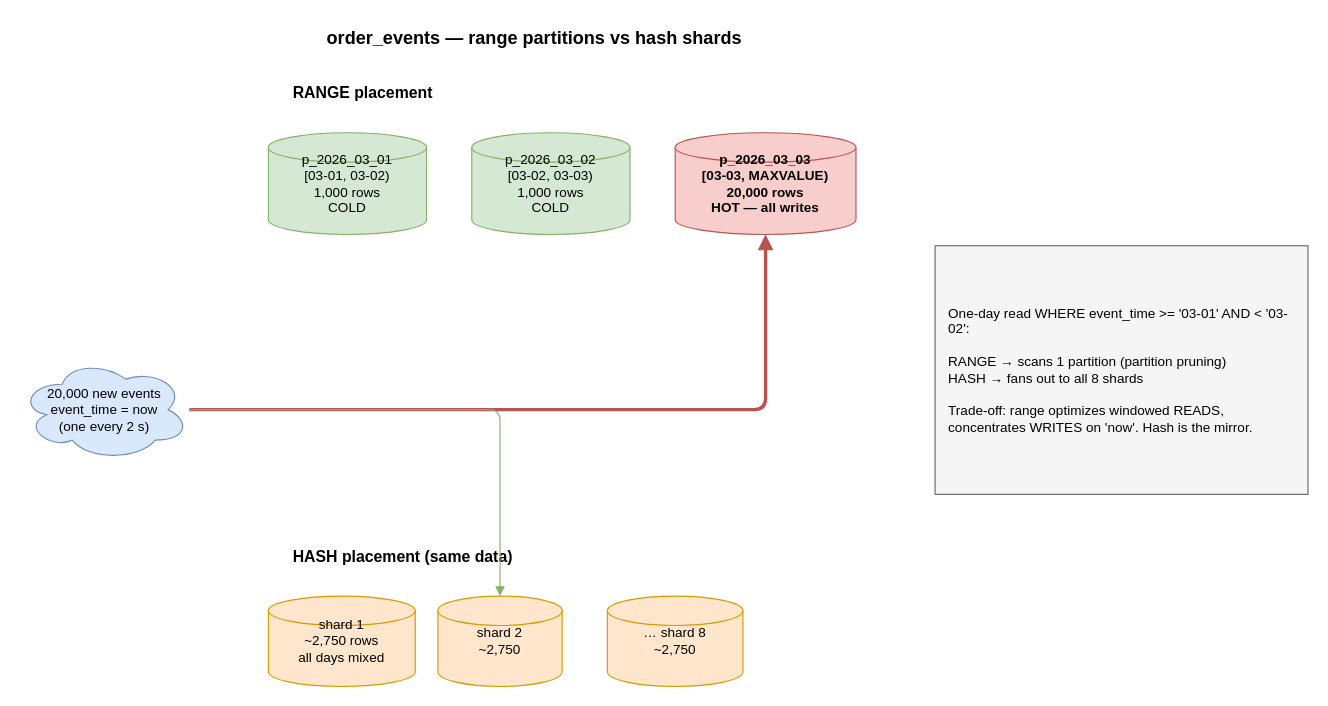
Earlier version of the draw.io diagram docs/diagrams/range-vs-hash-timeseries.drawio (nitinkc/db-sharding). Source tidied: cells renumbered, new cells numbered last; positions are measured from the earlier drawing's top-left corner, leaving out a move shared by most shapes. Both pictures are drawn from the tidied source at 113%, with x=0, y=0 at pixel (19, 19).
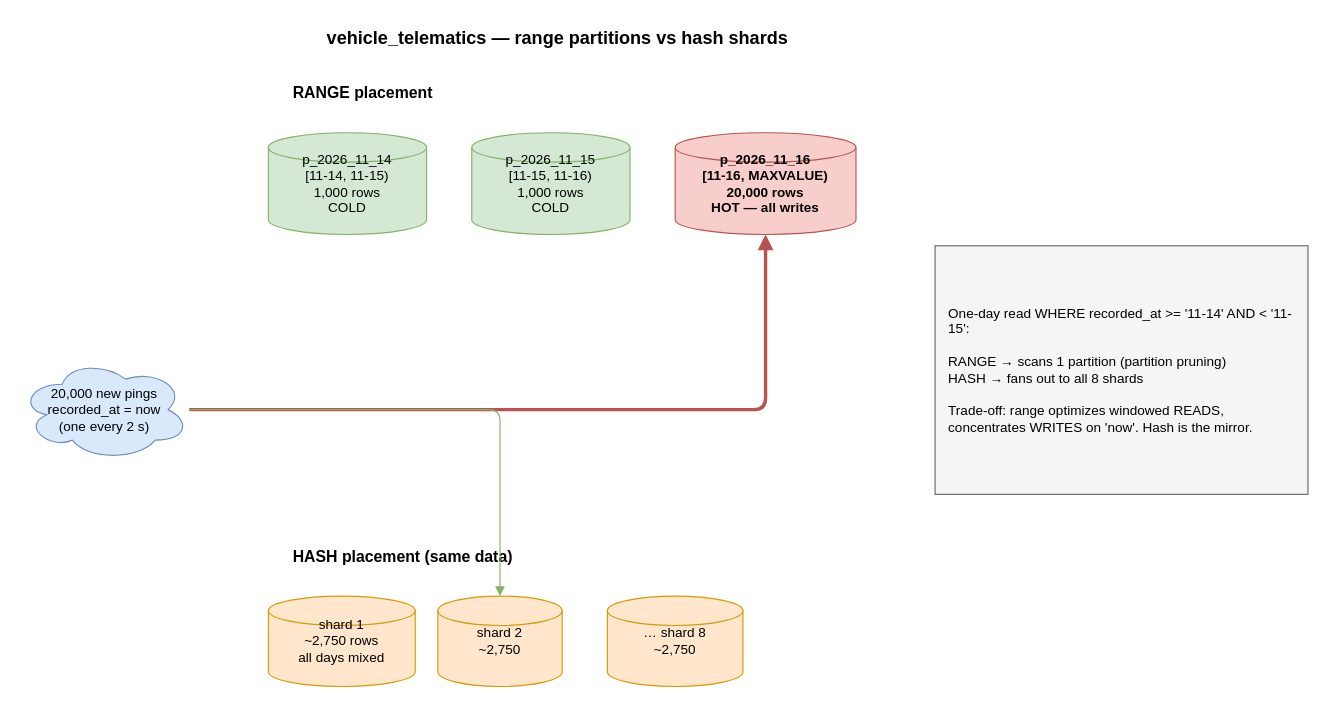
Above is the later version.

Diff of the diagram source:
```diff
@@
 <mxGraphModel>
   <root>
     <mxCell id="0" />
     <mxCell id="1" parent="0" />
-    <mxCell id="2" value="order_events — range partitions vs hash shards" style="text;html=1;fontSize=16;fontStyle=1;" parent="1" vertex="1">
+    <mxCell id="2" value="vehicle_telematics — range partitions vs hash shards" style="text;html=1;fontSize=16;fontStyle=1;" parent="1" vertex="1">
       <mxGeometry x="270" width="600" height="26" as="geometry" />
     </mxCell>
-    <mxCell id="3" value="20,000 new events&#10;event_time = now&#10;(one every 2 s)" style="shape=cloud;html=1;whiteSpace=wrap;fillColor=#dae8fc;strokeColor=#6c8ebf;" parent="1" vertex="1">
+    <mxCell id="3" value="20,000 new pings&#10;recorded_at = now&#10;(one every 2 s)" style="shape=cloud;html=1;whiteSpace=wrap;fillColor=#dae8fc;strokeColor=#6c8ebf;" parent="1" vertex="1">
       <mxGeometry y="300" width="150" height="90" as="geometry" />
     </mxCell>
     <mxCell id="4" value="RANGE placement" style="text;html=1;fontSize=14;fontStyle=1;" parent="1" vertex="1">
       <mxGeometry x="240" y="50" width="300" height="22" as="geometry" />
     </mxCell>
-    <mxCell id="5" value="p_2026_03_01&#10;[03-01, 03-02)&#10;1,000 rows&#10;COLD" style="shape=cylinder3;html=1;whiteSpace=wrap;fillColor=#d5e8d4;strokeColor=#82b366;size=13;" parent="1" vertex="1">
+    <mxCell id="5" value="p_2026_11_14&#10;[11-14, 11-15)&#10;1,000 rows&#10;COLD" style="shape=cylinder3;html=1;whiteSpace=wrap;fillColor=#d5e8d4;strokeColor=#82b366;size=13;" parent="1" vertex="1">
       <mxGeometry x="220" y="100" width="140" height="90" as="geometry" />
     </mxCell>
-    <mxCell id="6" value="p_2026_03_02&#10;[03-02, 03-03)&#10;1,000 rows&#10;COLD" style="shape=cylinder3;html=1;whiteSpace=wrap;fillColor=#d5e8d4;strokeColor=#82b366;size=13;" parent="1" vertex="1">
+    <mxCell id="6" value="p_2026_11_15&#10;[11-15, 11-16)&#10;1,000 rows&#10;COLD" style="shape=cylinder3;html=1;whiteSpace=wrap;fillColor=#d5e8d4;strokeColor=#82b366;size=13;" parent="1" vertex="1">
       <mxGeometry x="400" y="100" width="140" height="90" as="geometry" />
     </mxCell>
-    <mxCell id="7" value="p_2026_03_03&#10;[03-03, MAXVALUE)&#10;20,000 rows&#10;HOT — all writes" style="shape=cylinder3;html=1;whiteSpace=wrap;fillColor=#f8cecc;strokeColor=#b85450;size=13;fontStyle=1;" parent="1" vertex="1">
+    <mxCell id="7" value="p_2026_11_16&#10;[11-16, MAXVALUE)&#10;20,000 rows&#10;HOT — all writes" style="shape=cylinder3;html=1;whiteSpace=wrap;fillColor=#f8cecc;strokeColor=#b85450;size=13;fontStyle=1;" parent="1" vertex="1">
       <mxGeometry x="580" y="100" width="160" height="90" as="geometry" />
     </mxCell>
     <mxCell id="8" style="edgeStyle=orthogonalEdgeStyle;html=1;endArrow=block;strokeWidth=3;strokeColor=#b85450;label=all inserts;" parent="1" edge="1" source="3" target="7">
       <mxGeometry relative="1" as="geometry" />
     </mxCell>
     <mxCell id="9" value="HASH placement (same data)" style="text;html=1;fontSize=14;fontStyle=1;" parent="1" vertex="1">
       <mxGeometry x="240" y="460" width="300" height="22" as="geometry" />
     </mxCell>
     <mxCell id="10" value="shard 1&#10;~2,750 rows&#10;all days mixed" style="shape=cylinder3;html=1;whiteSpace=wrap;fillColor=#ffe6cc;strokeColor=#d79b00;size=13;" parent="1" vertex="1">
       <mxGeometry x="220" y="510" width="130" height="80" as="geometry" />
     </mxCell>
     <mxCell id="11" value="shard 2&#10;~2,750" style="shape=cylinder3;html=1;whiteSpace=wrap;fillColor=#ffe6cc;strokeColor=#d79b00;size=13;" parent="1" vertex="1">
       <mxGeometry x="370" y="510" width="110" height="80" as="geometry" />
     </mxCell>
     <mxCell id="12" value="… shard 8&#10;~2,750" style="shape=cylinder3;html=1;whiteSpace=wrap;fillColor=#ffe6cc;strokeColor=#d79b00;size=13;" parent="1" vertex="1">
       <mxGeometry x="520" y="510" width="120" height="80" as="geometry" />
     </mxCell>
     <mxCell id="13" style="edgeStyle=orthogonalEdgeStyle;html=1;endArrow=block;strokeColor=#82b366;label=balanced writes;" parent="1" edge="1" source="3" target="11">
       <mxGeometry relative="1" as="geometry" />
     </mxCell>
-    <mxCell id="14" value="One-day read WHERE event_time &gt;= '03-01' AND &lt; '03-02':&#10;&#10;RANGE → scans 1 partition (partition pruning)&#10;HASH  → fans out to all 8 shards&#10;&#10;Trade-off: range optimizes windowed READS,&#10;concentrates WRITES on 'now'. Hash is the mirror." style="rounded=0;html=1;whiteSpace=wrap;fillColor=#f5f5f5;strokeColor=#666666;align=left;spacingLeft=10;fontSize=12;" parent="1" vertex="1">
+    <mxCell id="14" value="One-day read WHERE recorded_at &gt;= '11-14' AND &lt; '11-15':&#10;&#10;RANGE → scans 1 partition (partition pruning)&#10;HASH  → fans out to all 8 shards&#10;&#10;Trade-off: range optimizes windowed READS,&#10;concentrates WRITES on 'now'. Hash is the mirror." style="rounded=0;html=1;whiteSpace=wrap;fillColor=#f5f5f5;strokeColor=#666666;align=left;spacingLeft=10;fontSize=12;" parent="1" vertex="1">
       <mxGeometry x="810" y="200" width="330" height="220" as="geometry" />
     </mxCell>
   </root>
 </mxGraphModel>
```
